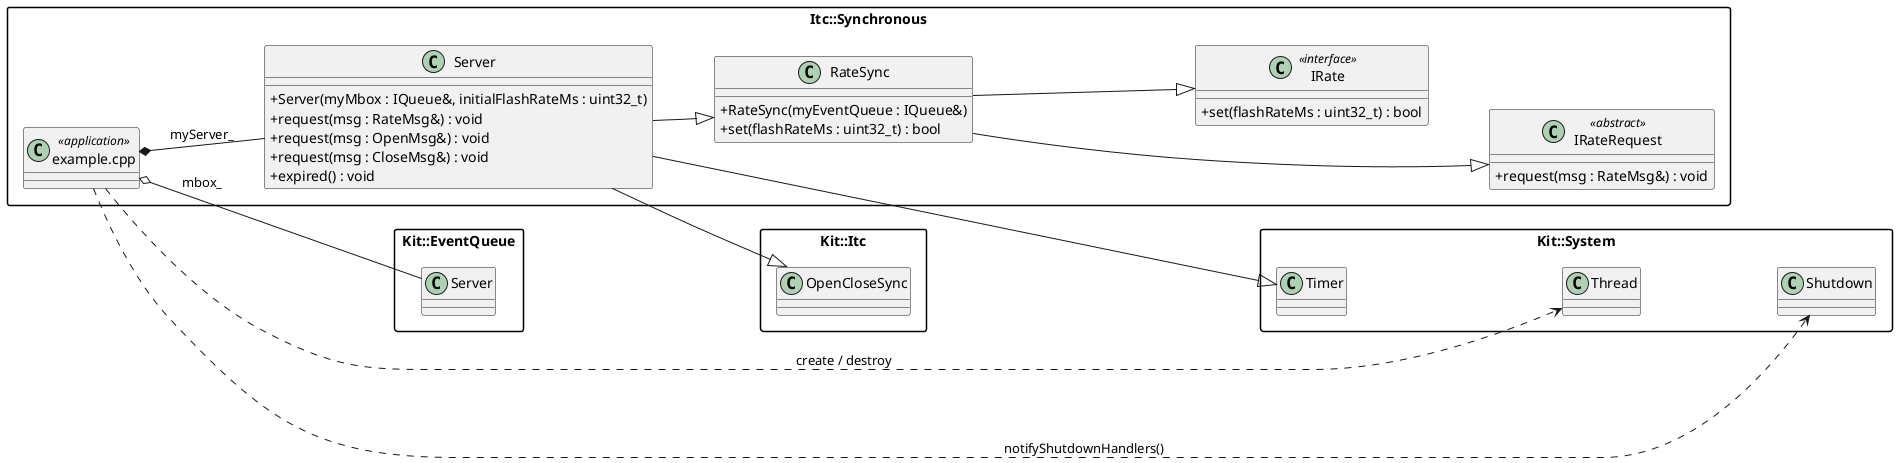
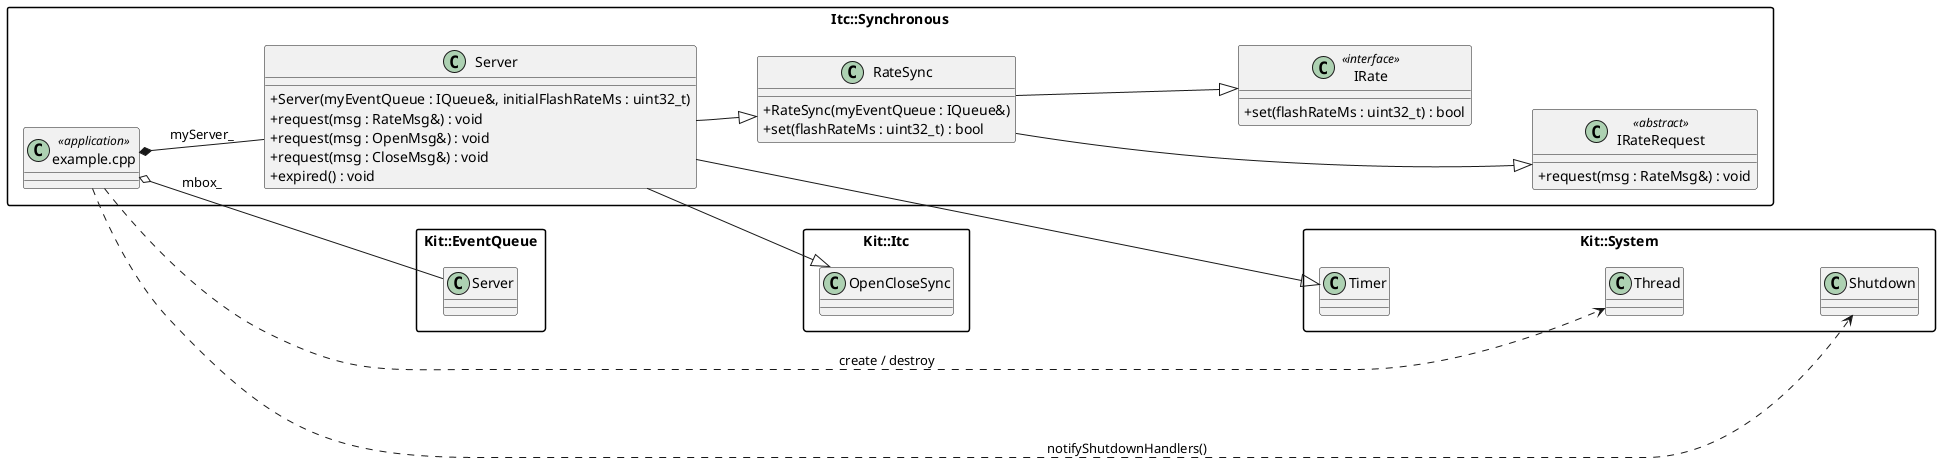
@startuml classDiagram_examplesitcsynchronous

skinparam classAttributeIconSize 0
skinparam packageStyle rectangle
left to right direction

' ============================================================================
' Application Classes
' ============================================================================

package "Itc::Synchronous" {

    class "example.cpp" as exampleApp <<application>>

    class IRate <<interface>> {
        + set(flashRateMs : uint32_t) : bool
    }

    class IRateRequest <<abstract>> {
        + request(msg : RateMsg&) : void
    }

    class RateSync {
        + RateSync(myEventQueue : IQueue&)
        + set(flashRateMs : uint32_t) : bool
    }

    class Server {
-         + Server(myMbox : IQueue&, initialFlashRateMs : uint32_t)
+         + Server(myEventQueue : IQueue&, initialFlashRateMs : uint32_t)
        + request(msg : RateMsg&) : void
        + request(msg : OpenMsg&) : void
        + request(msg : CloseMsg&) : void
        + expired() : void
    }

    IRate        -[hidden]down- IRateRequest
    IRateRequest -[hidden]down- RateSync
    RateSync     -[hidden]down- Server
}

' ============================================================================
' Kit Classes  (right column, stacked vertically)
' ============================================================================

package "Kit::EventQueue" {
    class "Server" as EqServer
}

package "Kit::Itc" {
    class OpenCloseSync
}

package "Kit::System" {
    class Timer
    class Thread
    class Shutdown

    Timer  -[hidden]down- Thread
    Thread -[hidden]down- Shutdown
}

' ============================================================================
' Layout hints
' ============================================================================

EqServer      -[hidden]down-  OpenCloseSync
OpenCloseSync -[hidden]down-  Timer

' ============================================================================
' Inheritance
' ============================================================================

RateSync --|> IRate
RateSync --|> IRateRequest
Server   --|> RateSync
Server   --|> OpenCloseSync
Server   --|> Timer

' ============================================================================
' example.cpp usage / composition relationships
' ============================================================================

exampleApp *--  Server   : myServer_
exampleApp o--  EqServer : mbox_
exampleApp ..>  Thread   : create / destroy
exampleApp ..>  Shutdown : notifyShutdownHandlers()

@enduml
